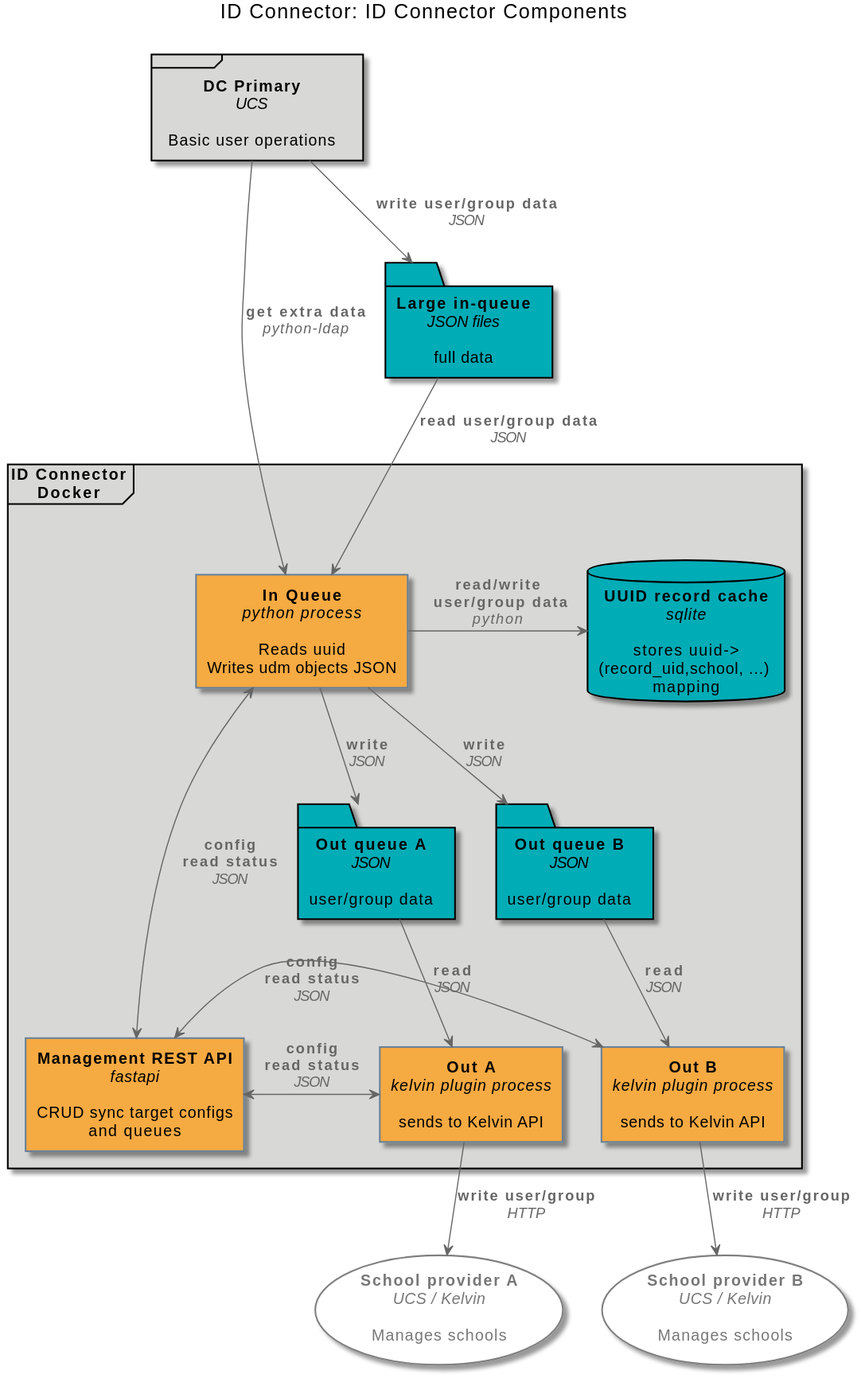
Above: docs/source/static/id-connector-container-docker.svg in univention/ucsschool-id-connector (PlantUML), before the change.
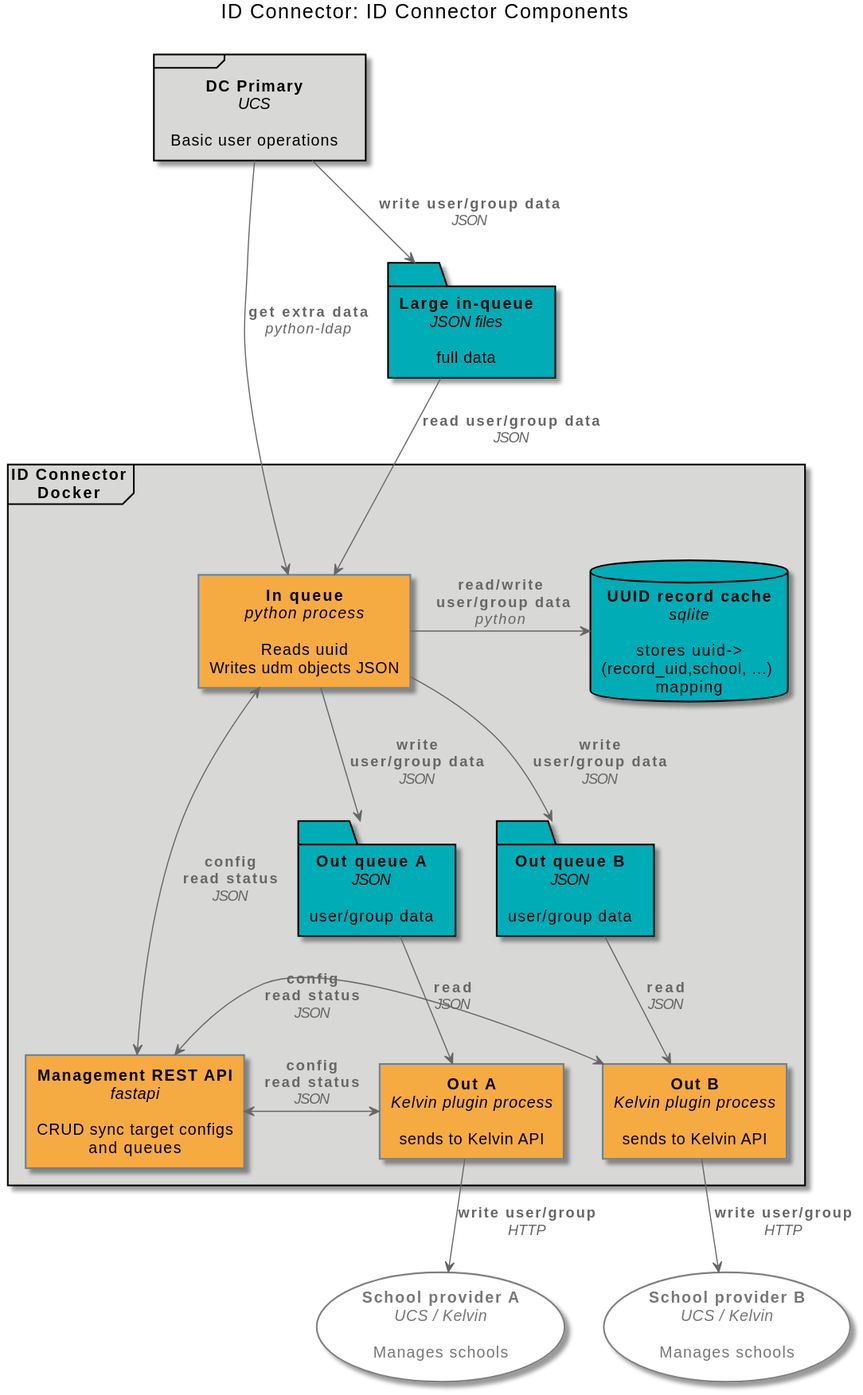
The same file after the commit.

Change to the diagram source:
```diff
@@ -31,8 +31,8 @@
 large_queue --> daemon: <b>read user/group data\n<i>JSON
 
 daemon-right->sqlite: <b>read/write\n<b> user/group data\n<i>python
-daemon --> out_queue_a:<b>write\n<i>JSON
-daemon --> out_queue_b:<b>write\n<i>JSON
+daemon --> out_queue_a:<b>write\n<b>user/group data\n<i>JSON
+daemon --> out_queue_b:<b>write\n<b>user/group data\n<i>JSON
 out_queue_a --> out_a:<b>read\n<i>JSON
 out_queue_b --> out_b:<b>read\n<i>JSON
 out_a --> school_provider_a:<b>write user/group\n<i>HTTP
```
